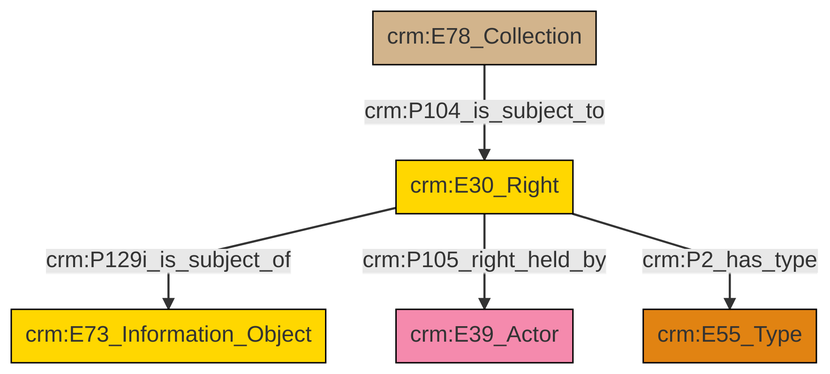
Earlier version of the Mermaid export et/archivalCSV/ttl/mmd/png/archival_rights.png (swiss-art-research-net/docs.swissartresearch). Its source is kept beside it as et/archivalCSV/ttl/mmd/archival_rights.ttl.mmd.
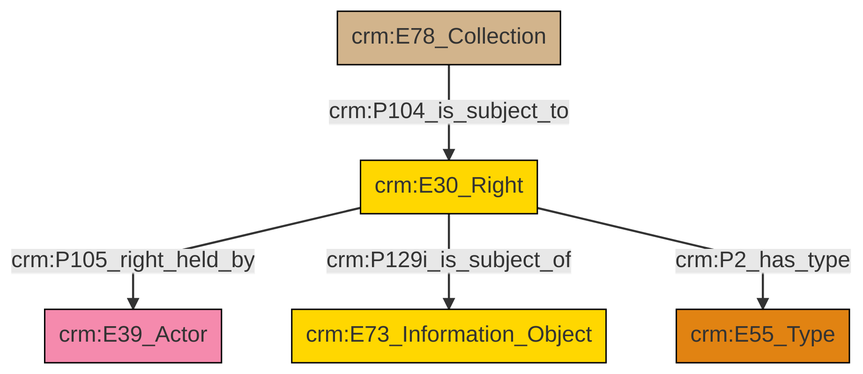
Later version of the same file.

What changed in the source:
```diff
@@ -13,7 +13,7 @@
 classDef PC_Classes fill:#4ce600, stroke:#000000;
 classDef Multi fill:#cccccc,stroke:#000000;
 
-2["crm:E78_Collection"]:::Physical_Thing -->|crm:P104_is_subject_to| 4["crm:E30_Right"]:::Conceptual_Object
-4["crm:E30_Right"]:::Conceptual_Object -->|crm:P129i_is_subject_of| 5["crm:E73_Information_Object"]:::Conceptual_Object
-4["crm:E30_Right"]:::Conceptual_Object -->|crm:P105_right_held_by| 0["crm:E39_Actor"]:::Actor
-4["crm:E30_Right"]:::Conceptual_Object -->|crm:P2_has_type| 7["crm:E55_Type"]:::Type
+2["crm:E30_Right"]:::Conceptual_Object -->|crm:P105_right_held_by| 8["crm:E39_Actor"]:::Actor
+2["crm:E30_Right"]:::Conceptual_Object -->|crm:P129i_is_subject_of| 0["crm:E73_Information_Object"]:::Conceptual_Object
+2["crm:E30_Right"]:::Conceptual_Object -->|crm:P2_has_type| 4["crm:E55_Type"]:::Type
+6["crm:E78_Collection"]:::Physical_Thing -->|crm:P104_is_subject_to| 2["crm:E30_Right"]:::Conceptual_Object
```
